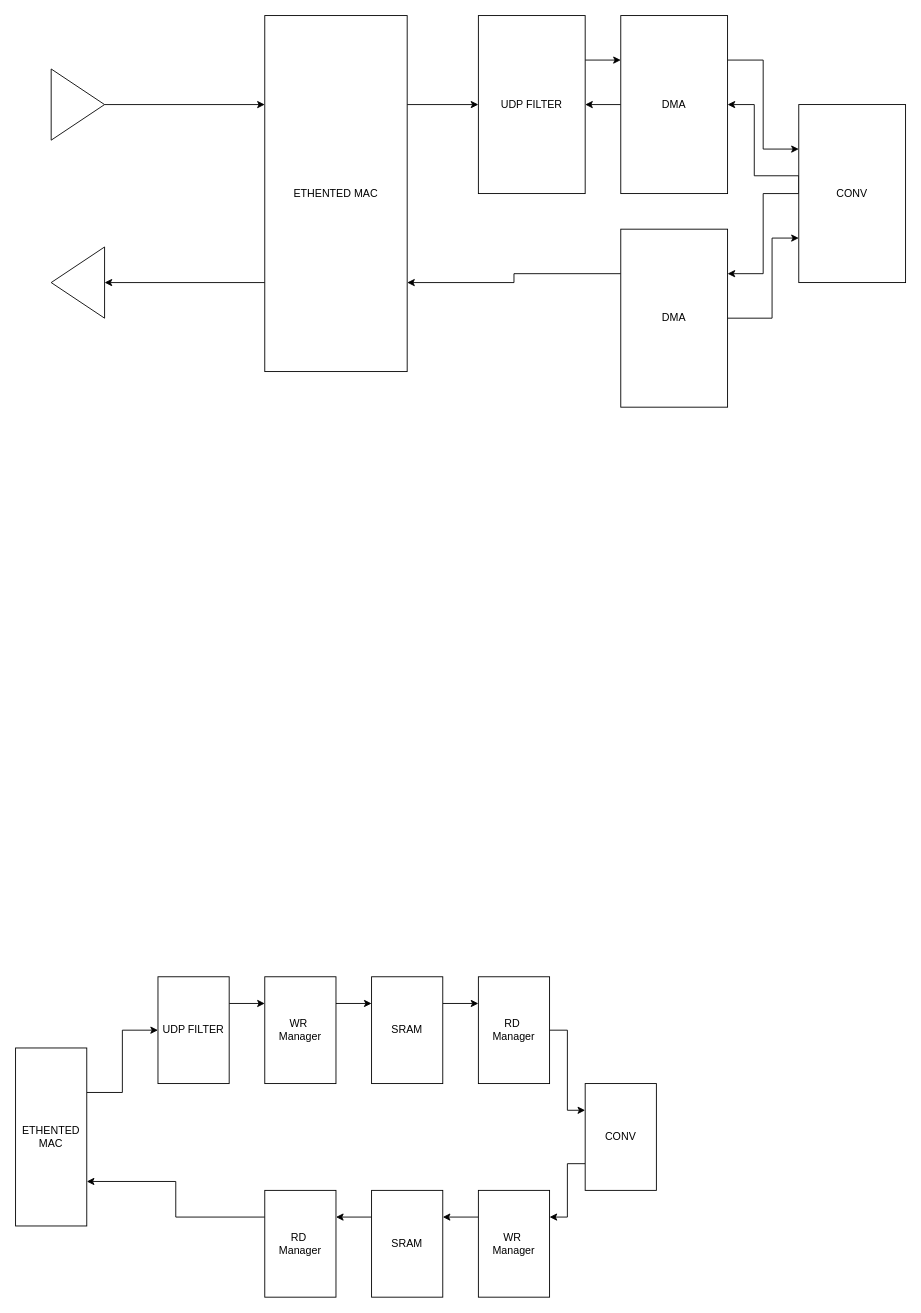
MeitarShimoni/FPGA-On-Network keeps this draw.io diagram as Docs/Achitecture.drawio. Above is the earlier version. Source tidied: cells renumbered, new cells numbered last; positions are measured from the earlier drawing's top-left corner, leaving out a move shared by most shapes. Both pictures are drawn from the tidied source at 89%, with x=0, y=0 at pixel (15, 15).
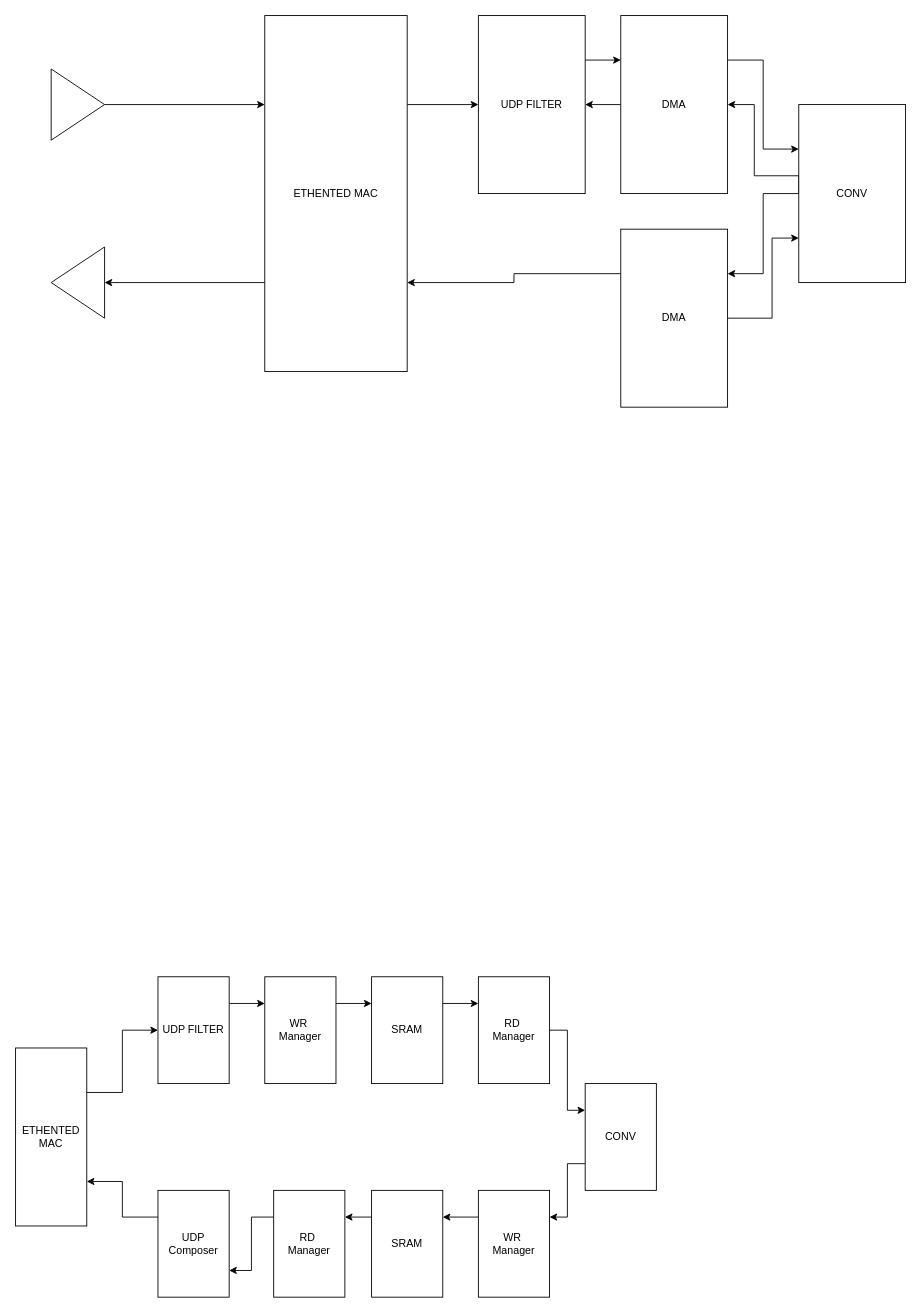
Above is the later version.

Unchanged cells that the change refers to:
```xml
<mxCell id="20" value="ETHENTED MAC" style="rounded=0;whiteSpace=wrap;html=1;" parent="1" vertex="1">
  <mxGeometry y="1160" width="80" height="200" as="geometry" />
</mxCell>
```

The edit, as a diff of the source:
```diff
@@
-    <mxCell id="31" style="edgeStyle=orthogonalEdgeStyle;rounded=0;jettySize=auto;html=1;exitX=0;exitY=0.25;exitDx=0;exitDy=0;entryX=1;entryY=0.75;entryDx=0;entryDy=0;" parent="1" edge="1" source="32" target="20">
+    <mxCell id="31" style="edgeStyle=orthogonalEdgeStyle;rounded=0;jettySize=auto;html=1;exitX=0;exitY=0.25;exitDx=0;exitDy=0;entryX=1;entryY=0.75;entryDx=0;entryDy=0;" parent="1" edge="1" source="38" target="20">
       <mxGeometry relative="1" as="geometry" />
     </mxCell>
     <mxCell id="32" value="RD&amp;nbsp;&lt;br&gt;Manager" style="rounded=0;whiteSpace=wrap;html=1;" parent="1" vertex="1">
-      <mxGeometry x="280" y="1320" width="80" height="120" as="geometry" />
+      <mxGeometry x="290" y="1320" width="80" height="120" as="geometry" />
     </mxCell>
@@
+    <mxCell id="37" style="edgeStyle=orthogonalEdgeStyle;rounded=0;jettySize=auto;html=1;exitX=0;exitY=0.25;exitDx=0;exitDy=0;entryX=1;entryY=0.75;entryDx=0;entryDy=0;" parent="1" edge="1" source="32" target="38">
+      <mxGeometry relative="1" as="geometry" />
+    </mxCell>
+    <mxCell id="38" value="UDP Composer" style="rounded=0;whiteSpace=wrap;html=1;" parent="1" vertex="1">
+      <mxGeometry x="160" y="1320" width="80" height="120" as="geometry" />
+    </mxCell>
```
